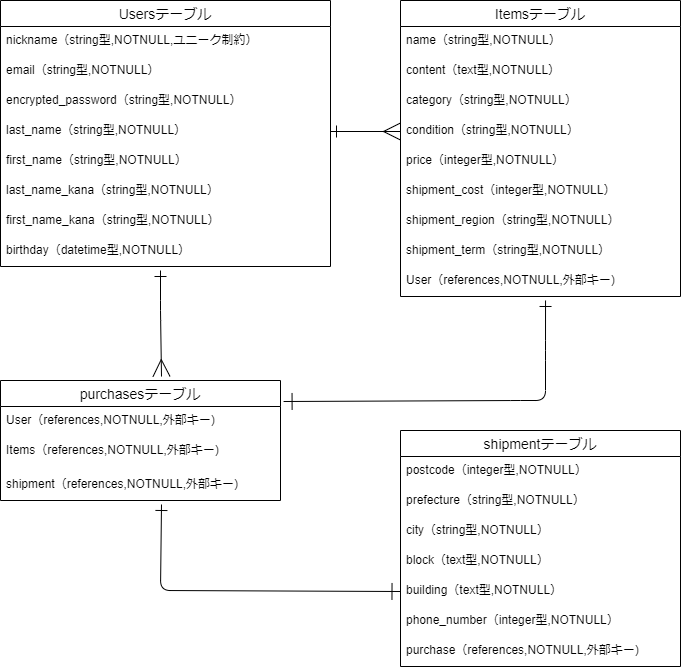
Above: ER.png in 31chiemi/furima-38988 (draw.io), before the change. Source tidied: cells renumbered, new cells last; positions are measured from the earlier drawing's top-left corner, leaving out a move shared by most shapes. Source of this version:
```xml
<mxGraphModel background="#FFFFFF">
  <root>
    <mxCell id="0" />
    <mxCell id="1" parent="0" />
    <mxCell id="2" value="Usersテーブル" style="swimlane;fontStyle=0;horizontal=1;startSize=26;align=center;fontSize=14;labelBackgroundColor=default;" parent="1" vertex="1">
      <mxGeometry width="330" height="266" as="geometry" />
    </mxCell>
    <mxCell id="3" value="nickname（string型,NOTNULL,ユニーク制約）" style="text;spacingLeft=4;spacingRight=4;overflow=hidden;fontSize=12;labelBackgroundColor=default;" parent="2" vertex="1">
      <mxGeometry y="26" width="330" height="30" as="geometry" />
    </mxCell>
    <mxCell id="4" value="email（string型,NOTNULL）" style="text;spacingLeft=4;spacingRight=4;overflow=hidden;fontSize=12;labelBackgroundColor=default;" parent="2" vertex="1">
      <mxGeometry y="56" width="330" height="30" as="geometry" />
    </mxCell>
    <mxCell id="5" value="encrypted_password（string型,NOTNULL）" style="text;spacingLeft=4;spacingRight=4;overflow=hidden;fontSize=12;labelBackgroundColor=default;" parent="2" vertex="1">
      <mxGeometry y="86" width="330" height="30" as="geometry" />
    </mxCell>
    <mxCell id="6" value="last_name（string型,NOTNULL）" style="text;spacingLeft=4;spacingRight=4;overflow=hidden;points=[[0,0.5],[1,0.5]];portConstraint=eastwest;fontSize=12;labelBackgroundColor=default;" parent="2" vertex="1">
      <mxGeometry y="116" width="330" height="30" as="geometry" />
    </mxCell>
    <mxCell id="7" value="first_name（string型,NOTNULL）" style="text;spacingLeft=4;spacingRight=4;overflow=hidden;fontSize=12;labelBackgroundColor=default;" parent="2" vertex="1">
      <mxGeometry y="146" width="330" height="30" as="geometry" />
    </mxCell>
    <mxCell id="8" value="last_name_kana（string型,NOTNULL）" style="text;spacingLeft=4;spacingRight=4;overflow=hidden;fontSize=12;labelBackgroundColor=default;" parent="2" vertex="1">
      <mxGeometry y="176" width="330" height="30" as="geometry" />
    </mxCell>
    <mxCell id="9" value="first_name_kana（string型,NOTNULL）" style="text;spacingLeft=4;spacingRight=4;overflow=hidden;fontSize=12;labelBackgroundColor=default;" parent="2" vertex="1">
      <mxGeometry y="206" width="330" height="30" as="geometry" />
    </mxCell>
    <mxCell id="10" value="birthday（datetime型,NOTNULL）" style="text;spacingLeft=4;spacingRight=4;overflow=hidden;fontSize=12;labelBackgroundColor=default;" parent="2" vertex="1">
      <mxGeometry y="236" width="330" height="30" as="geometry" />
    </mxCell>
    <mxCell id="11" value="Itemsテーブル" style="swimlane;fontStyle=0;horizontal=1;startSize=26;align=center;fontSize=14;labelBackgroundColor=default;" parent="1" vertex="1">
      <mxGeometry x="400" width="280" height="296" as="geometry" />
    </mxCell>
    <mxCell id="12" value="name（string型,NOTNULL）" style="text;strokeColor=none;fillColor=none;spacingLeft=4;spacingRight=4;overflow=hidden;fontSize=12;labelBackgroundColor=default;" parent="11" vertex="1">
      <mxGeometry y="26" width="280" height="30" as="geometry" />
    </mxCell>
    <mxCell id="13" value="content（text型,NOTNULL）" style="text;strokeColor=none;fillColor=none;spacingLeft=4;spacingRight=4;overflow=hidden;fontSize=12;labelBackgroundColor=default;" parent="11" vertex="1">
      <mxGeometry y="56" width="280" height="30" as="geometry" />
    </mxCell>
    <mxCell id="14" value="category（string型,NOTNULL）" style="text;strokeColor=none;fillColor=none;spacingLeft=4;spacingRight=4;overflow=hidden;fontSize=12;labelBackgroundColor=default;" parent="11" vertex="1">
      <mxGeometry y="86" width="280" height="30" as="geometry" />
    </mxCell>
    <mxCell id="15" value="condition（string型,NOTNULL）" style="text;strokeColor=none;fillColor=none;spacingLeft=4;spacingRight=4;overflow=hidden;points=[[0,0.5],[1,0.5]];portConstraint=eastwest;fontSize=12;labelBackgroundColor=default;" parent="11" vertex="1">
      <mxGeometry y="116" width="280" height="30" as="geometry" />
    </mxCell>
    <mxCell id="16" value="price（integer型,NOTNULL）" style="text;strokeColor=none;fillColor=none;spacingLeft=4;spacingRight=4;overflow=hidden;fontSize=12;labelBackgroundColor=default;" parent="11" vertex="1">
      <mxGeometry y="146" width="280" height="30" as="geometry" />
    </mxCell>
    <mxCell id="17" value="shipment_cost（integer型,NOTNULL）" style="text;strokeColor=none;fillColor=none;spacingLeft=4;spacingRight=4;overflow=hidden;fontSize=12;labelBackgroundColor=default;" parent="11" vertex="1">
      <mxGeometry y="176" width="280" height="30" as="geometry" />
    </mxCell>
    <mxCell id="18" value="shipment_region（string型,NOTNULL）" style="text;strokeColor=none;fillColor=none;spacingLeft=4;spacingRight=4;overflow=hidden;fontSize=12;labelBackgroundColor=default;" parent="11" vertex="1">
      <mxGeometry y="206" width="280" height="30" as="geometry" />
    </mxCell>
    <mxCell id="19" value="shipment_term（string型,NOTNULL）" style="text;strokeColor=none;fillColor=none;spacingLeft=4;spacingRight=4;overflow=hidden;fontSize=12;labelBackgroundColor=default;" parent="11" vertex="1">
      <mxGeometry y="236" width="280" height="30" as="geometry" />
    </mxCell>
    <mxCell id="20" value="User（references,NOTNULL,外部キー)" style="text;strokeColor=none;fillColor=none;spacingLeft=4;spacingRight=4;overflow=hidden;points=[[0,0.5],[1,0.5]];portConstraint=eastwest;fontSize=12;labelBackgroundColor=default;" parent="11" vertex="1">
      <mxGeometry y="266" width="280" height="30" as="geometry" />
    </mxCell>
    <mxCell id="21" value="shipmentテーブル" style="swimlane;fontStyle=0;horizontal=1;startSize=26;align=center;fontSize=14;labelBackgroundColor=default;" parent="1" vertex="1">
      <mxGeometry x="400" y="430" width="280" height="236" as="geometry" />
    </mxCell>
    <mxCell id="22" value="postcode（integer型,NOTNULL）" style="text;strokeColor=none;fillColor=none;spacingLeft=4;spacingRight=4;overflow=hidden;fontSize=12;labelBackgroundColor=default;" parent="21" vertex="1">
      <mxGeometry y="26" width="280" height="30" as="geometry" />
    </mxCell>
    <mxCell id="23" value="prefecture（string型,NOTNULL）" style="text;strokeColor=none;fillColor=none;spacingLeft=4;spacingRight=4;overflow=hidden;fontSize=12;labelBackgroundColor=default;" parent="21" vertex="1">
      <mxGeometry y="56" width="280" height="30" as="geometry" />
    </mxCell>
    <mxCell id="24" value="city（string型,NOTNULL）" style="text;strokeColor=none;fillColor=none;spacingLeft=4;spacingRight=4;overflow=hidden;fontSize=12;labelBackgroundColor=default;" parent="21" vertex="1">
      <mxGeometry y="86" width="280" height="30" as="geometry" />
    </mxCell>
    <mxCell id="25" value="block（text型,NOTNULL）" style="text;strokeColor=none;fillColor=none;spacingLeft=4;spacingRight=4;overflow=hidden;fontSize=12;labelBackgroundColor=default;" parent="21" vertex="1">
      <mxGeometry y="116" width="280" height="30" as="geometry" />
    </mxCell>
    <mxCell id="26" value="building（text型,NOTNULL）" style="text;strokeColor=none;fillColor=none;spacingLeft=4;spacingRight=4;overflow=hidden;points=[[0,0.5],[1,0.5]];portConstraint=eastwest;fontSize=12;labelBackgroundColor=default;" parent="21" vertex="1">
      <mxGeometry y="146" width="280" height="30" as="geometry" />
    </mxCell>
    <mxCell id="27" value="phone_number（integer型,NOTNULL）" style="text;strokeColor=none;fillColor=none;spacingLeft=4;spacingRight=4;overflow=hidden;fontSize=12;labelBackgroundColor=default;" parent="21" vertex="1">
      <mxGeometry y="176" width="280" height="30" as="geometry" />
    </mxCell>
    <mxCell id="28" value="purchase（references,NOTNULL,外部キー)" style="text;strokeColor=none;fillColor=none;spacingLeft=4;spacingRight=4;overflow=hidden;fontSize=12;labelBackgroundColor=default;" parent="21" vertex="1">
      <mxGeometry y="206" width="280" height="30" as="geometry" />
    </mxCell>
    <mxCell id="29" value="purchasesテーブル" style="swimlane;fontStyle=0;horizontal=1;startSize=26;align=center;fontSize=14;labelBackgroundColor=default;" parent="1" vertex="1">
      <mxGeometry y="380" width="280" height="120" as="geometry" />
    </mxCell>
    <mxCell id="30" value="User（references,NOTNULL,外部キー)" style="text;strokeColor=none;fillColor=none;spacingLeft=4;spacingRight=4;overflow=hidden;fontSize=12;labelBackgroundColor=default;" parent="29" vertex="1">
      <mxGeometry y="26" width="280" height="30" as="geometry" />
    </mxCell>
    <mxCell id="31" value="Items（references,NOTNULL,外部キー)" style="text;strokeColor=none;fillColor=none;spacingLeft=4;spacingRight=4;overflow=hidden;fontSize=12;labelBackgroundColor=default;" parent="29" vertex="1">
      <mxGeometry y="56" width="280" height="34" as="geometry" />
    </mxCell>
    <mxCell id="32" value="shipment（references,NOTNULL,外部キー)" style="text;strokeColor=none;fillColor=none;spacingLeft=4;spacingRight=4;overflow=hidden;points=[[0,0.5],[1,0.5]];portConstraint=eastwest;fontSize=12;labelBackgroundColor=default;" parent="29" vertex="1">
      <mxGeometry y="90" width="280" height="30" as="geometry" />
    </mxCell>
    <mxCell id="33" style="edgeStyle=none;html=1;exitX=1;exitY=0.5;exitDx=0;exitDy=0;entryX=0;entryY=0.5;entryDx=0;entryDy=0;startArrow=ERone;startFill=0;endArrow=ERmany;endFill=0;startSize=10;endSize=15;labelBackgroundColor=default;" parent="1" edge="1" source="6" target="15">
      <mxGeometry relative="1" as="geometry" />
    </mxCell>
    <mxCell id="34" style="edgeStyle=none;html=1;startArrow=ERone;startFill=0;endArrow=ERmany;endFill=0;startSize=10;endSize=15;entryX=0.575;entryY=-0.033;entryDx=0;entryDy=0;entryPerimeter=0;labelBackgroundColor=default;" parent="1" edge="1" target="29">
      <mxGeometry relative="1" as="geometry">
        <mxPoint x="160" y="270" as="sourcePoint" />
        <Array as="points">
          <mxPoint x="160" y="310" />
        </Array>
      </mxGeometry>
    </mxCell>
    <mxCell id="35" style="edgeStyle=none;html=1;exitX=0.518;exitY=1.133;exitDx=0;exitDy=0;startArrow=ERone;startFill=0;endArrow=ERone;endFill=0;startSize=10;endSize=15;entryX=1.011;entryY=0.175;entryDx=0;entryDy=0;exitPerimeter=0;entryPerimeter=0;labelBackgroundColor=default;" parent="1" edge="1" source="20" target="29">
      <mxGeometry relative="1" as="geometry">
        <Array as="points">
          <mxPoint x="545" y="350" />
          <mxPoint x="545" y="400" />
          <mxPoint x="520" y="400" />
        </Array>
      </mxGeometry>
    </mxCell>
    <mxCell id="36" style="edgeStyle=none;html=1;exitX=0.575;exitY=1.133;exitDx=0;exitDy=0;startArrow=ERone;startFill=0;endArrow=ERone;endFill=0;startSize=10;endSize=15;exitPerimeter=0;entryX=0;entryY=0.5;entryDx=0;entryDy=0;labelBackgroundColor=default;" parent="1" edge="1" source="32" target="26">
      <mxGeometry relative="1" as="geometry">
        <Array as="points">
          <mxPoint x="160" y="590" />
        </Array>
      </mxGeometry>
    </mxCell>
  </root>
</mxGraphModel>
```
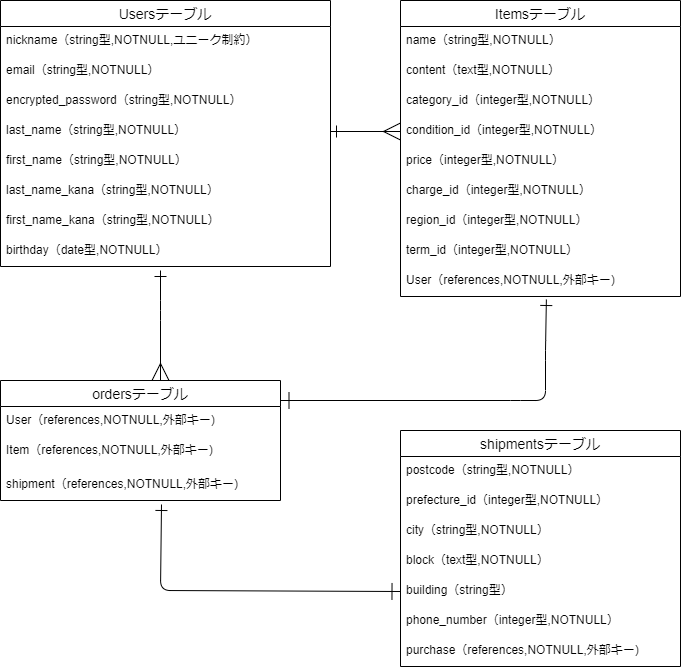
The same diagram one commit later.

Change to the diagram source:
```diff
@@ -26,7 +26,7 @@
     <mxCell id="9" value="first_name_kana（string型,NOTNULL）" style="text;spacingLeft=4;spacingRight=4;overflow=hidden;fontSize=12;labelBackgroundColor=default;" parent="2" vertex="1">
       <mxGeometry y="206" width="330" height="30" as="geometry" />
     </mxCell>
-    <mxCell id="10" value="birthday（datetime型,NOTNULL）" style="text;spacingLeft=4;spacingRight=4;overflow=hidden;fontSize=12;labelBackgroundColor=default;" parent="2" vertex="1">
+    <mxCell id="10" value="birthday（date型,NOTNULL）" style="text;spacingLeft=4;spacingRight=4;overflow=hidden;fontSize=12;labelBackgroundColor=default;" parent="2" vertex="1">
       <mxGeometry y="236" width="330" height="30" as="geometry" />
     </mxCell>
     <mxCell id="11" value="Itemsテーブル" style="swimlane;fontStyle=0;horizontal=1;startSize=26;align=center;fontSize=14;labelBackgroundColor=default;" parent="1" vertex="1">
@@ -38,34 +38,34 @@
     <mxCell id="13" value="content（text型,NOTNULL）" style="text;strokeColor=none;fillColor=none;spacingLeft=4;spacingRight=4;overflow=hidden;fontSize=12;labelBackgroundColor=default;" parent="11" vertex="1">
       <mxGeometry y="56" width="280" height="30" as="geometry" />
     </mxCell>
-    <mxCell id="14" value="category（string型,NOTNULL）" style="text;strokeColor=none;fillColor=none;spacingLeft=4;spacingRight=4;overflow=hidden;fontSize=12;labelBackgroundColor=default;" parent="11" vertex="1">
+    <mxCell id="14" value="category_id（integer型,NOTNULL）" style="text;strokeColor=none;fillColor=none;spacingLeft=4;spacingRight=4;overflow=hidden;fontSize=12;labelBackgroundColor=default;" parent="11" vertex="1">
       <mxGeometry y="86" width="280" height="30" as="geometry" />
     </mxCell>
-    <mxCell id="15" value="condition（string型,NOTNULL）" style="text;strokeColor=none;fillColor=none;spacingLeft=4;spacingRight=4;overflow=hidden;points=[[0,0.5],[1,0.5]];portConstraint=eastwest;fontSize=12;labelBackgroundColor=default;" parent="11" vertex="1">
+    <mxCell id="15" value="condition_id（integer型,NOTNULL）" style="text;strokeColor=none;fillColor=none;spacingLeft=4;spacingRight=4;overflow=hidden;points=[[0,0.5],[1,0.5]];portConstraint=eastwest;fontSize=12;labelBackgroundColor=default;" parent="11" vertex="1">
       <mxGeometry y="116" width="280" height="30" as="geometry" />
     </mxCell>
     <mxCell id="16" value="price（integer型,NOTNULL）" style="text;strokeColor=none;fillColor=none;spacingLeft=4;spacingRight=4;overflow=hidden;fontSize=12;labelBackgroundColor=default;" parent="11" vertex="1">
       <mxGeometry y="146" width="280" height="30" as="geometry" />
     </mxCell>
-    <mxCell id="17" value="shipment_cost（integer型,NOTNULL）" style="text;strokeColor=none;fillColor=none;spacingLeft=4;spacingRight=4;overflow=hidden;fontSize=12;labelBackgroundColor=default;" parent="11" vertex="1">
+    <mxCell id="17" value="charge_id（integer型,NOTNULL）" style="text;strokeColor=none;fillColor=none;spacingLeft=4;spacingRight=4;overflow=hidden;fontSize=12;labelBackgroundColor=default;" parent="11" vertex="1">
       <mxGeometry y="176" width="280" height="30" as="geometry" />
     </mxCell>
-    <mxCell id="18" value="shipment_region（string型,NOTNULL）" style="text;strokeColor=none;fillColor=none;spacingLeft=4;spacingRight=4;overflow=hidden;fontSize=12;labelBackgroundColor=default;" parent="11" vertex="1">
+    <mxCell id="18" value="region_id（integer型,NOTNULL）" style="text;strokeColor=none;fillColor=none;spacingLeft=4;spacingRight=4;overflow=hidden;fontSize=12;labelBackgroundColor=default;" parent="11" vertex="1">
       <mxGeometry y="206" width="280" height="30" as="geometry" />
     </mxCell>
-    <mxCell id="19" value="shipment_term（string型,NOTNULL）" style="text;strokeColor=none;fillColor=none;spacingLeft=4;spacingRight=4;overflow=hidden;fontSize=12;labelBackgroundColor=default;" parent="11" vertex="1">
+    <mxCell id="19" value="term_id（integer型,NOTNULL）" style="text;strokeColor=none;fillColor=none;spacingLeft=4;spacingRight=4;overflow=hidden;fontSize=12;labelBackgroundColor=default;" parent="11" vertex="1">
       <mxGeometry y="236" width="280" height="30" as="geometry" />
     </mxCell>
     <mxCell id="20" value="User（references,NOTNULL,外部キー)" style="text;strokeColor=none;fillColor=none;spacingLeft=4;spacingRight=4;overflow=hidden;points=[[0,0.5],[1,0.5]];portConstraint=eastwest;fontSize=12;labelBackgroundColor=default;" parent="11" vertex="1">
       <mxGeometry y="266" width="280" height="30" as="geometry" />
     </mxCell>
-    <mxCell id="21" value="shipmentテーブル" style="swimlane;fontStyle=0;horizontal=1;startSize=26;align=center;fontSize=14;labelBackgroundColor=default;" parent="1" vertex="1">
+    <mxCell id="21" value="shipmentsテーブル" style="swimlane;fontStyle=0;horizontal=1;startSize=26;align=center;fontSize=14;labelBackgroundColor=default;" parent="1" vertex="1">
       <mxGeometry x="400" y="430" width="280" height="236" as="geometry" />
     </mxCell>
-    <mxCell id="22" value="postcode（integer型,NOTNULL）" style="text;strokeColor=none;fillColor=none;spacingLeft=4;spacingRight=4;overflow=hidden;fontSize=12;labelBackgroundColor=default;" parent="21" vertex="1">
+    <mxCell id="22" value="postcode（string型,NOTNULL）" style="text;strokeColor=none;fillColor=none;spacingLeft=4;spacingRight=4;overflow=hidden;fontSize=12;labelBackgroundColor=default;" parent="21" vertex="1">
       <mxGeometry y="26" width="280" height="30" as="geometry" />
     </mxCell>
-    <mxCell id="23" value="prefecture（string型,NOTNULL）" style="text;strokeColor=none;fillColor=none;spacingLeft=4;spacingRight=4;overflow=hidden;fontSize=12;labelBackgroundColor=default;" parent="21" vertex="1">
+    <mxCell id="23" value="prefecture_id（integer型,NOTNULL）" style="text;strokeColor=none;fillColor=none;spacingLeft=4;spacingRight=4;overflow=hidden;fontSize=12;labelBackgroundColor=default;" parent="21" vertex="1">
       <mxGeometry y="56" width="280" height="30" as="geometry" />
     </mxCell>
     <mxCell id="24" value="city（string型,NOTNULL）" style="text;strokeColor=none;fillColor=none;spacingLeft=4;spacingRight=4;overflow=hidden;fontSize=12;labelBackgroundColor=default;" parent="21" vertex="1">
@@ -74,7 +74,7 @@
     <mxCell id="25" value="block（text型,NOTNULL）" style="text;strokeColor=none;fillColor=none;spacingLeft=4;spacingRight=4;overflow=hidden;fontSize=12;labelBackgroundColor=default;" parent="21" vertex="1">
       <mxGeometry y="116" width="280" height="30" as="geometry" />
     </mxCell>
-    <mxCell id="26" value="building（text型,NOTNULL）" style="text;strokeColor=none;fillColor=none;spacingLeft=4;spacingRight=4;overflow=hidden;points=[[0,0.5],[1,0.5]];portConstraint=eastwest;fontSize=12;labelBackgroundColor=default;" parent="21" vertex="1">
+    <mxCell id="26" value="building（string型）" style="text;strokeColor=none;fillColor=none;spacingLeft=4;spacingRight=4;overflow=hidden;points=[[0,0.5],[1,0.5]];portConstraint=eastwest;fontSize=12;labelBackgroundColor=default;" parent="21" vertex="1">
       <mxGeometry y="146" width="280" height="30" as="geometry" />
     </mxCell>
     <mxCell id="27" value="phone_number（integer型,NOTNULL）" style="text;strokeColor=none;fillColor=none;spacingLeft=4;spacingRight=4;overflow=hidden;fontSize=12;labelBackgroundColor=default;" parent="21" vertex="1">
@@ -83,13 +83,13 @@
     <mxCell id="28" value="purchase（references,NOTNULL,外部キー)" style="text;strokeColor=none;fillColor=none;spacingLeft=4;spacingRight=4;overflow=hidden;fontSize=12;labelBackgroundColor=default;" parent="21" vertex="1">
       <mxGeometry y="206" width="280" height="30" as="geometry" />
     </mxCell>
-    <mxCell id="29" value="purchasesテーブル" style="swimlane;fontStyle=0;horizontal=1;startSize=26;align=center;fontSize=14;labelBackgroundColor=default;" parent="1" vertex="1">
+    <mxCell id="29" value="ordersテーブル" style="swimlane;fontStyle=0;horizontal=1;startSize=26;align=center;fontSize=14;labelBackgroundColor=default;" parent="1" vertex="1">
       <mxGeometry y="380" width="280" height="120" as="geometry" />
     </mxCell>
     <mxCell id="30" value="User（references,NOTNULL,外部キー)" style="text;strokeColor=none;fillColor=none;spacingLeft=4;spacingRight=4;overflow=hidden;fontSize=12;labelBackgroundColor=default;" parent="29" vertex="1">
       <mxGeometry y="26" width="280" height="30" as="geometry" />
     </mxCell>
-    <mxCell id="31" value="Items（references,NOTNULL,外部キー)" style="text;strokeColor=none;fillColor=none;spacingLeft=4;spacingRight=4;overflow=hidden;fontSize=12;labelBackgroundColor=default;" parent="29" vertex="1">
+    <mxCell id="31" value="Item（references,NOTNULL,外部キー)" style="text;strokeColor=none;fillColor=none;spacingLeft=4;spacingRight=4;overflow=hidden;fontSize=12;labelBackgroundColor=default;" parent="29" vertex="1">
       <mxGeometry y="56" width="280" height="34" as="geometry" />
     </mxCell>
     <mxCell id="32" value="shipment（references,NOTNULL,外部キー)" style="text;strokeColor=none;fillColor=none;spacingLeft=4;spacingRight=4;overflow=hidden;points=[[0,0.5],[1,0.5]];portConstraint=eastwest;fontSize=12;labelBackgroundColor=default;" parent="29" vertex="1">
@@ -98,16 +98,18 @@
     <mxCell id="33" style="edgeStyle=none;html=1;exitX=1;exitY=0.5;exitDx=0;exitDy=0;entryX=0;entryY=0.5;entryDx=0;entryDy=0;startArrow=ERone;startFill=0;endArrow=ERmany;endFill=0;startSize=10;endSize=15;labelBackgroundColor=default;" parent="1" edge="1" source="6" target="15">
       <mxGeometry relative="1" as="geometry" />
     </mxCell>
-    <mxCell id="34" style="edgeStyle=none;html=1;startArrow=ERone;startFill=0;endArrow=ERmany;endFill=0;startSize=10;endSize=15;entryX=0.575;entryY=-0.033;entryDx=0;entryDy=0;entryPerimeter=0;labelBackgroundColor=default;" parent="1" edge="1" target="29">
+    <mxCell id="34" style="edgeStyle=none;html=1;startArrow=ERone;startFill=0;endArrow=ERmany;endFill=0;startSize=10;endSize=15;labelBackgroundColor=default;" parent="1" edge="1">
       <mxGeometry relative="1" as="geometry">
         <mxPoint x="160" y="270" as="sourcePoint" />
+        <mxPoint x="160" y="380" as="targetPoint" />
         <Array as="points">
           <mxPoint x="160" y="310" />
         </Array>
       </mxGeometry>
     </mxCell>
-    <mxCell id="35" style="edgeStyle=none;html=1;exitX=0.518;exitY=1.133;exitDx=0;exitDy=0;startArrow=ERone;startFill=0;endArrow=ERone;endFill=0;startSize=10;endSize=15;entryX=1.011;entryY=0.175;entryDx=0;entryDy=0;exitPerimeter=0;entryPerimeter=0;labelBackgroundColor=default;" parent="1" edge="1" source="20" target="29">
+    <mxCell id="35" style="edgeStyle=none;html=1;exitX=0.521;exitY=1.1;exitDx=0;exitDy=0;startArrow=ERone;startFill=0;endArrow=ERone;endFill=0;startSize=10;endSize=15;exitPerimeter=0;labelBackgroundColor=default;" parent="1" edge="1" source="20">
       <mxGeometry relative="1" as="geometry">
+        <mxPoint x="280" y="400" as="targetPoint" />
         <Array as="points">
           <mxPoint x="545" y="350" />
           <mxPoint x="545" y="400" />
```
